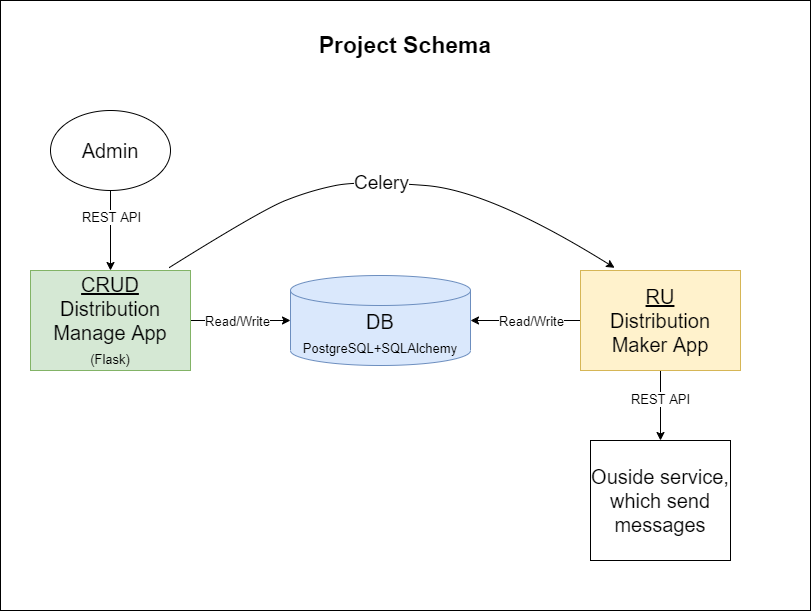
Above: assets/fabrique-project-schema.png in Ilnur786/fabrica-test (draw.io), before the change. Source tidied: cells renumbered, new cells last; positions are measured from the earlier drawing's top-left corner, leaving out a move shared by most shapes.
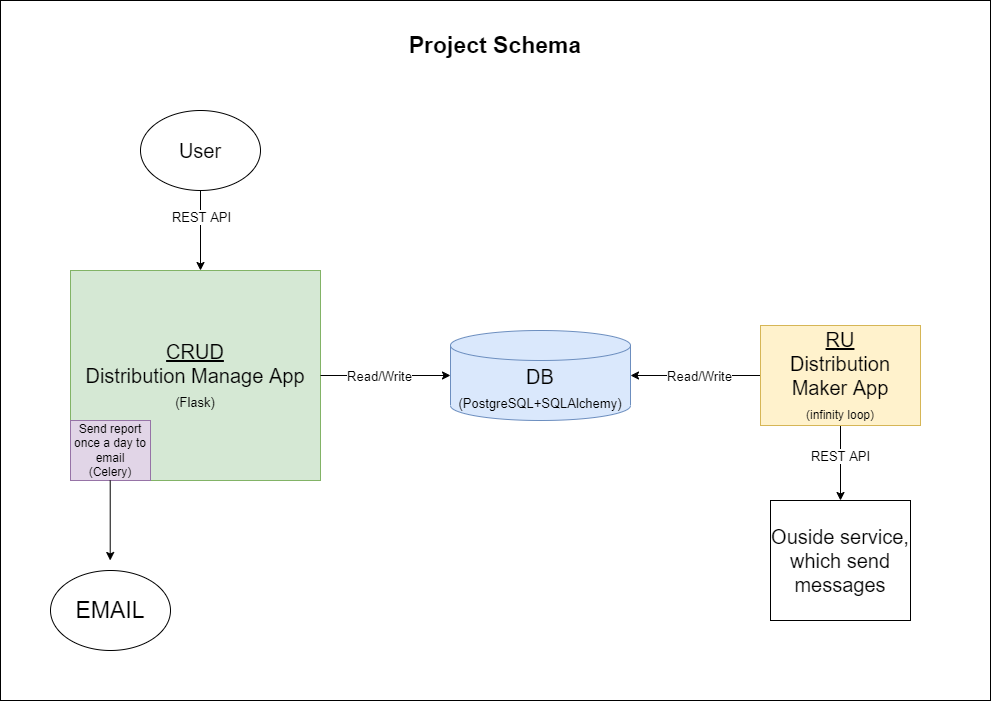
The same file after the commit.

Commit message:
Updated project schema asset

The edit, as a diff of the source:
```diff
@@ -2,9 +2,15 @@
   <root>
     <mxCell id="0" />
     <mxCell id="1" parent="0" />
-    <mxCell id="2" style="rounded=0;whiteSpace=wrap;html=1;fontSize=19;fillColor=none;" parent="1" vertex="1">
-      <mxGeometry width="810" height="610" as="geometry" />
-    </mxCell>
+    <mxCell id="19" style="rounded=0;whiteSpace=wrap;html=1;fontSize=23;fillColor=none;" parent="1" vertex="1">
+      <mxGeometry x="-90" width="990" height="700" as="geometry" />
+    </mxCell>
+    <mxCell id="6" value="&lt;u&gt;CRUD&lt;/u&gt;&lt;br&gt;Distribution Manage App&lt;br&gt;&lt;font style=&quot;font-size: 13px;&quot;&gt;(Flask)&lt;/font&gt;" style="rounded=0;whiteSpace=wrap;html=1;fontSize=20;fillColor=#d5e8d4;strokeColor=#82b366;" parent="1" vertex="1">
+      <mxGeometry x="-20" y="270" width="250" height="210" as="geometry" />
+    </mxCell>
+    <mxCell id="20" value="Send report once a day to email&lt;br&gt;(Celery)" style="rounded=0;whiteSpace=wrap;html=1;fillColor=#e1d5e7;strokeColor=#9673a6;" parent="1" vertex="1">
+      <mxGeometry x="-20" y="420" width="80" height="60" as="geometry" />
+    </mxCell>
     <mxCell id="3" value="&lt;font style=&quot;font-size: 23px;&quot;&gt;&lt;b&gt;Project Schema&lt;/b&gt;&lt;/font&gt;" style="text;html=1;strokeColor=none;fillColor=none;align=center;verticalAlign=middle;whiteSpace=wrap;rounded=0;" parent="1" vertex="1">
       <mxGeometry x="305" y="30" width="200" height="30" as="geometry" />
     </mxCell>
@@ -16,9 +22,6 @@
         <mxPoint x="7" as="offset" />
       </mxGeometry>
     </mxCell>
-    <mxCell id="6" value="&lt;u&gt;CRUD&lt;/u&gt;&lt;br&gt;Distribution Manage App&lt;br&gt;&lt;font style=&quot;font-size: 13px;&quot;&gt;(Flask)&lt;/font&gt;" style="rounded=0;whiteSpace=wrap;html=1;fontSize=20;fillColor=#d5e8d4;strokeColor=#82b366;" parent="1" vertex="1">
-      <mxGeometry x="30" y="270" width="160" height="100" as="geometry" />
-    </mxCell>
     <mxCell id="7" style="edgeStyle=orthogonalEdgeStyle;rounded=0;jettySize=auto;html=1;fontSize=20;" parent="1" edge="1" source="9" target="6">
       <mxGeometry relative="1" as="geometry">
         <Array as="points">
@@ -29,11 +32,11 @@
     <mxCell id="8" value="REST API" style="edgeLabel;html=1;align=center;verticalAlign=middle;fontSize=13;" parent="7" vertex="1">
       <mxGeometry x="-0.36" relative="1" as="geometry" />
     </mxCell>
-    <mxCell id="9" value="Admin" style="ellipse;whiteSpace=wrap;html=1;fontSize=20;" parent="1" vertex="1">
+    <mxCell id="9" value="User" style="ellipse;whiteSpace=wrap;html=1;fontSize=20;" parent="1" vertex="1">
       <mxGeometry x="50" y="110" width="120" height="80" as="geometry" />
     </mxCell>
-    <mxCell id="10" value="DB&lt;br&gt;&lt;font style=&quot;font-size: 13px;&quot;&gt;PostgreSQL+SQLAlchemy&lt;/font&gt;" style="shape=cylinder3;whiteSpace=wrap;html=1;boundedLbl=1;backgroundOutline=1;size=15;fontSize=20;fillColor=#dae8fc;strokeColor=#6c8ebf;" parent="1" vertex="1">
-      <mxGeometry x="290" y="275" width="180" height="90" as="geometry" />
+    <mxCell id="10" value="DB&lt;br&gt;&lt;font style=&quot;font-size: 13px;&quot;&gt;(PostgreSQL+SQLAlchemy)&lt;/font&gt;" style="shape=cylinder3;whiteSpace=wrap;html=1;boundedLbl=1;backgroundOutline=1;size=15;fontSize=20;fillColor=#dae8fc;strokeColor=#6c8ebf;" parent="1" vertex="1">
+      <mxGeometry x="360" y="330" width="180" height="90" as="geometry" />
     </mxCell>
     <mxCell id="11" style="edgeStyle=orthogonalEdgeStyle;rounded=0;jettySize=auto;html=1;entryX=0.5;entryY=0;entryDx=0;entryDy=0;fontSize=20;" parent="1" edge="1" source="15" target="16">
       <mxGeometry relative="1" as="geometry" />
@@ -49,26 +52,20 @@
         <mxPoint x="15" y="1" as="offset" />
       </mxGeometry>
     </mxCell>
-    <mxCell id="15" value="&lt;u&gt;RU&lt;/u&gt;&lt;br&gt;Distribution Maker App" style="rounded=0;whiteSpace=wrap;html=1;fontSize=20;fillColor=#fff2cc;strokeColor=#d6b656;" parent="1" vertex="1">
-      <mxGeometry x="580" y="270" width="160" height="100" as="geometry" />
+    <mxCell id="15" value="&lt;u&gt;RU&lt;/u&gt;&lt;br&gt;Distribution Maker App&lt;br&gt;&lt;font style=&quot;font-size: 12px;&quot;&gt;(infinity loop)&lt;/font&gt;" style="rounded=0;whiteSpace=wrap;html=1;fontSize=20;fillColor=#fff2cc;strokeColor=#d6b656;" parent="1" vertex="1">
+      <mxGeometry x="670" y="325" width="160" height="100" as="geometry" />
     </mxCell>
     <mxCell id="16" value="Ouside service, which send messages" style="rounded=0;whiteSpace=wrap;html=1;fontSize=20;" parent="1" vertex="1">
-      <mxGeometry x="590" y="440" width="140" height="120" as="geometry" />
+      <mxGeometry x="680" y="500" width="140" height="120" as="geometry" />
     </mxCell>
-    <mxCell id="17" style="curved=1;endArrow=classic;html=1;rounded=0;fontSize=13;exitX=0.865;exitY=-0.027;exitDx=0;exitDy=0;exitPerimeter=0;entryX=0.213;entryY=-0.027;entryDx=0;entryDy=0;entryPerimeter=0;" parent="1" edge="1" source="6" target="15">
-      <mxGeometry relative="1" as="geometry">
-        <Array as="points">
-          <mxPoint x="260" y="210" />
-          <mxPoint x="310" y="190" />
-          <mxPoint x="360" y="180" />
-          <mxPoint x="490" y="190" />
-        </Array>
-      </mxGeometry>
-    </mxCell>
-    <mxCell id="18" value="Celery" style="edgeLabel;html=1;align=center;verticalAlign=middle;fontSize=19;" parent="17" vertex="1">
-      <mxGeometry x="-0.11" y="-2" relative="1" as="geometry">
-        <mxPoint x="15" as="offset" />
-      </mxGeometry>
-    </mxCell>
+    <mxCell id="21" style="endArrow=classic;html=1;rounded=0;" parent="1" edge="1">
+      <mxGeometry relative="1" as="geometry">
+        <mxPoint x="19.7" y="480" as="sourcePoint" />
+        <mxPoint x="19.7" y="560" as="targetPoint" />
+      </mxGeometry>
+    </mxCell>
+    <mxCell id="22" value="&lt;font style=&quot;font-size: 23px;&quot;&gt;EMAIL&lt;/font&gt;" style="ellipse;whiteSpace=wrap;html=1;fillColor=none;" parent="1" vertex="1">
+      <mxGeometry x="-40" y="570" width="120" height="80" as="geometry" />
+    </mxCell>
   </root>
 </mxGraphModel>
```
